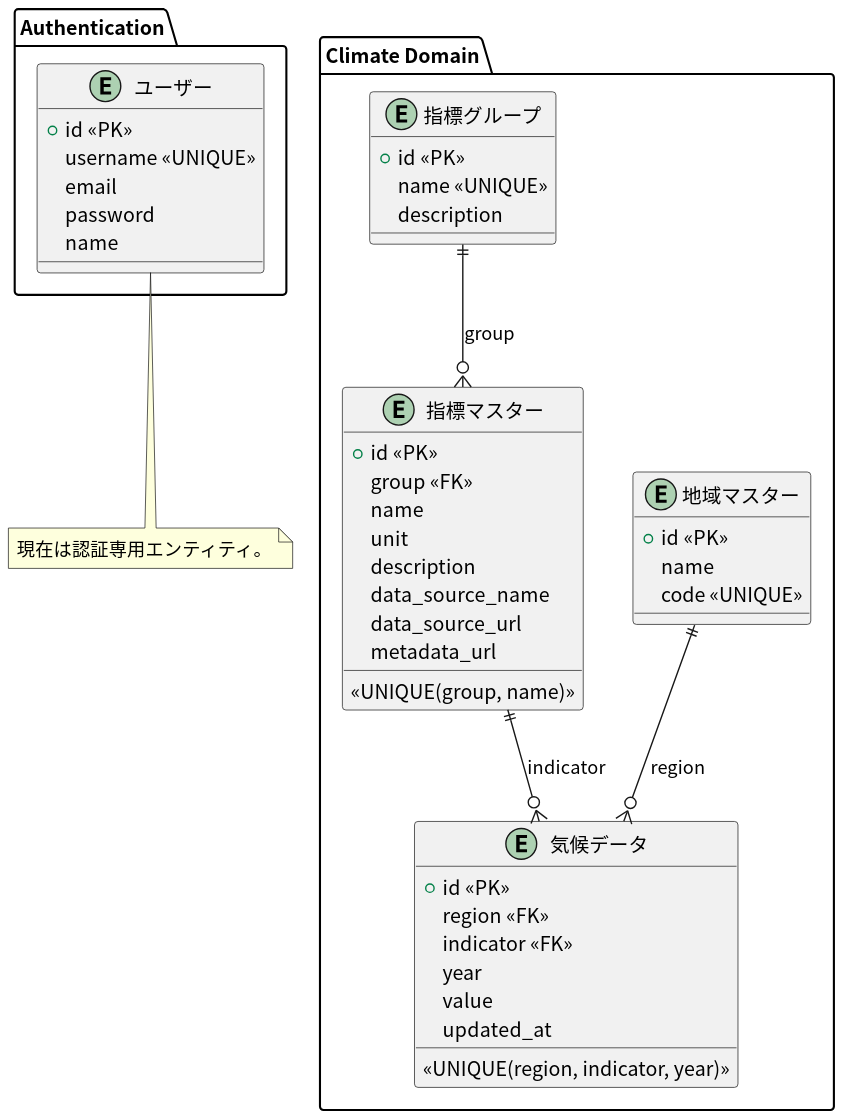
tomoki-shiozaki/vizshare keeps this PlantUML diagram as docs/er/er/er.svg. Above is the earlier version.
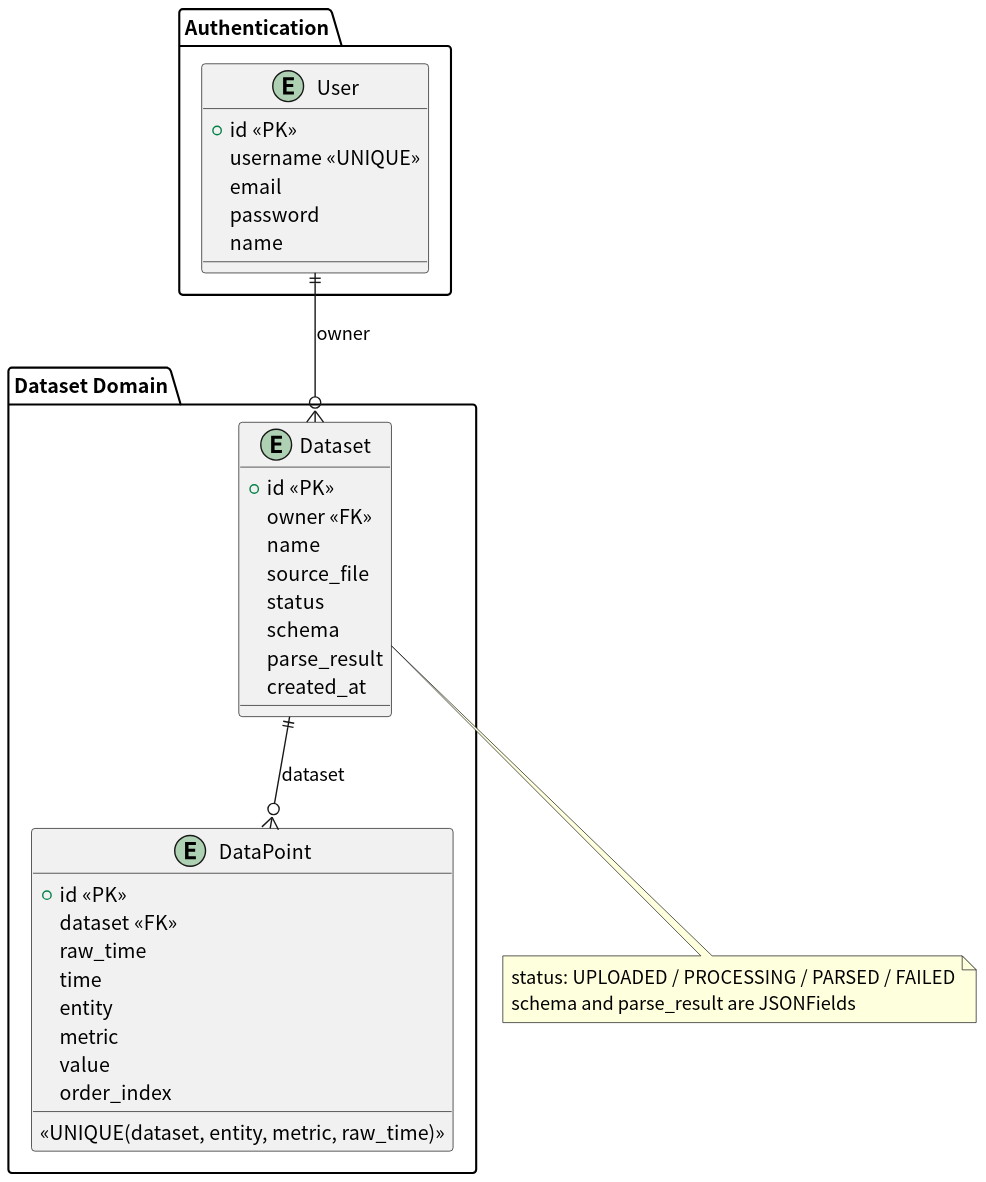
Later version of the same file.

Diff of the diagram source:
```diff
@@ -2,7 +2,7 @@
 skinparam defaultFontName "Noto Sans CJK JP"
 
 package "Authentication" {
-  entity "ユーザー" as User {
+  entity "User" as User {
     +id <<PK>>
     username <<UNIQUE>>
     email
@@ -11,49 +11,37 @@
   }
 }
 
-package "Climate Domain" {
+package "Dataset Domain" {
 
-  entity "地域マスター" as Region {
+  entity "Dataset" as Dataset {
     +id <<PK>>
+    owner <<FK>>
     name
-    code <<UNIQUE>>
+    source_file
+    status
+    schema
+    parse_result
+    created_at
   }
 
-  entity "指標グループ" as IndicatorGroup {
+  entity "DataPoint" as DataPoint {
     +id <<PK>>
-    name <<UNIQUE>>
-    description
+    dataset <<FK>>
+    raw_time
+    time
+    entity
+    metric
+    value
+    order_index
+    <<UNIQUE(dataset, entity, metric, raw_time)>>
   }
 
-  entity "指標マスター" as Indicator {
-    +id <<PK>>
-    group <<FK>>
-    name
-    unit
-    description
-    data_source_name
-    data_source_url
-    metadata_url
-    <<UNIQUE(group, name)>>
-  }
-
-  entity "気候データ" as ClimateData {
-    +id <<PK>>
-    region <<FK>>
-    indicator <<FK>>
-    year
-    value
-    updated_at
-    <<UNIQUE(region, indicator, year)>>
-  }
-
-  IndicatorGroup ||--o{ Indicator : group
-
-  Region ||--o{ ClimateData : region
-  Indicator ||--o{ ClimateData : indicator
+  User ||--o{ Dataset : owner
+  Dataset ||--o{ DataPoint : dataset
 }
 
-note bottom of User
-現在は認証専用エンティティ。
+note bottom of Dataset
+status: UPLOADED / PROCESSING / PARSED / FAILED
+schema and parse_result are JSONFields
 end note
 @enduml
```
